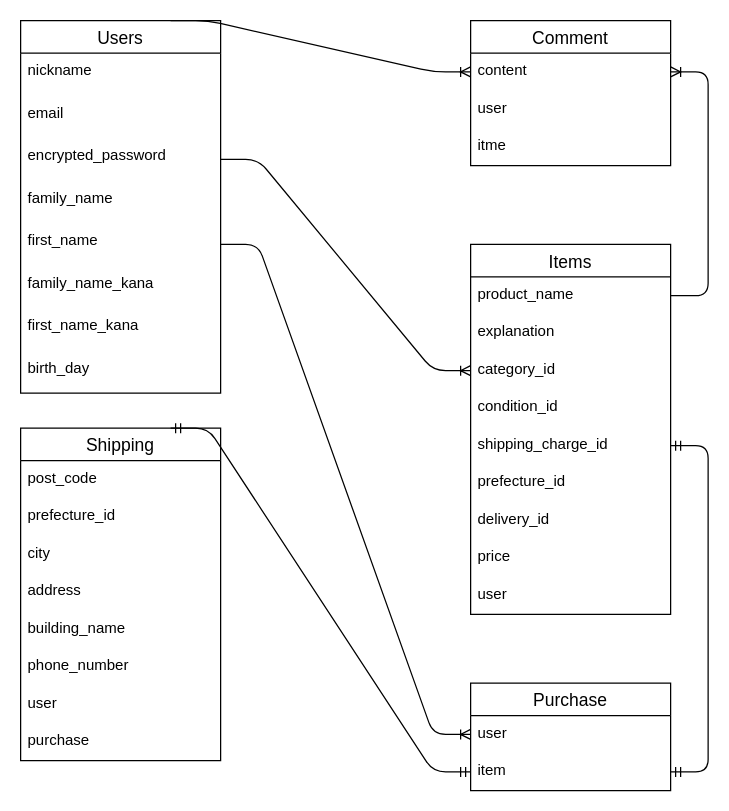
Takapirorin/furima-37208 keeps this draw.io diagram as ER.dio. Above is the earlier version. Source tidied: cells renumbered, new cells numbered last; positions are measured from the earlier drawing's top-left corner, leaving out a move shared by most shapes. Both pictures are drawn from the tidied source at 125%, with x=0, y=0 at pixel (20, 20).
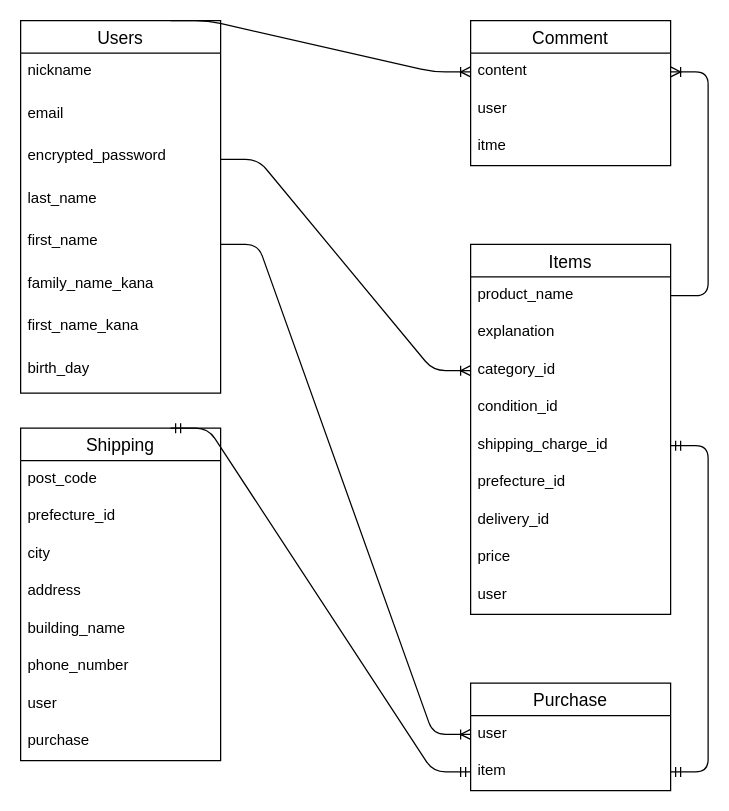
The same diagram, later.

Unchanged cells that the change refers to:
```xml
<mxCell id="2" value="Users" style="swimlane;fontStyle=0;horizontal=1;startSize=26;align=center;fontSize=14;" parent="1" vertex="1">
  <mxGeometry width="160" height="298" as="geometry" />
</mxCell>
```

What changed in the source:
```diff
@@
-    <mxCell id="6" value="family_name   " style="text;strokeColor=none;fillColor=none;spacingLeft=4;spacingRight=4;overflow=hidden;fontSize=12;" parent="2" vertex="1">
+    <mxCell id="6" value="last_name   " style="text;strokeColor=none;fillColor=none;spacingLeft=4;spacingRight=4;overflow=hidden;fontSize=12;" parent="2" vertex="1">
       <mxGeometry y="128" width="160" height="34" as="geometry" />
     </mxCell>
```
